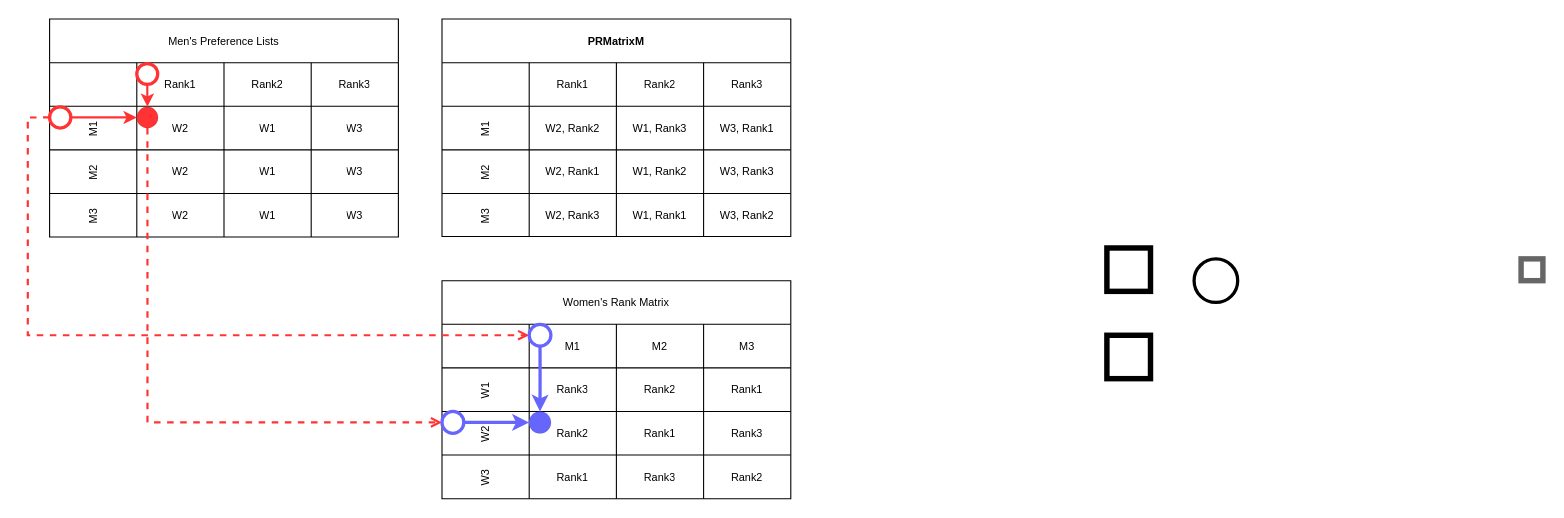
Above: PRMatrix.drawio in victorliu-sq/BambooSMP-Figures (draw.io), before the change. Source tidied: cells renumbered, new cells numbered last; positions are measured from the earlier drawing's top-left corner, leaving out a move shared by most shapes. Both pictures are drawn from the tidied source at 109%, with x=0, y=0 at pixel (49, 19).
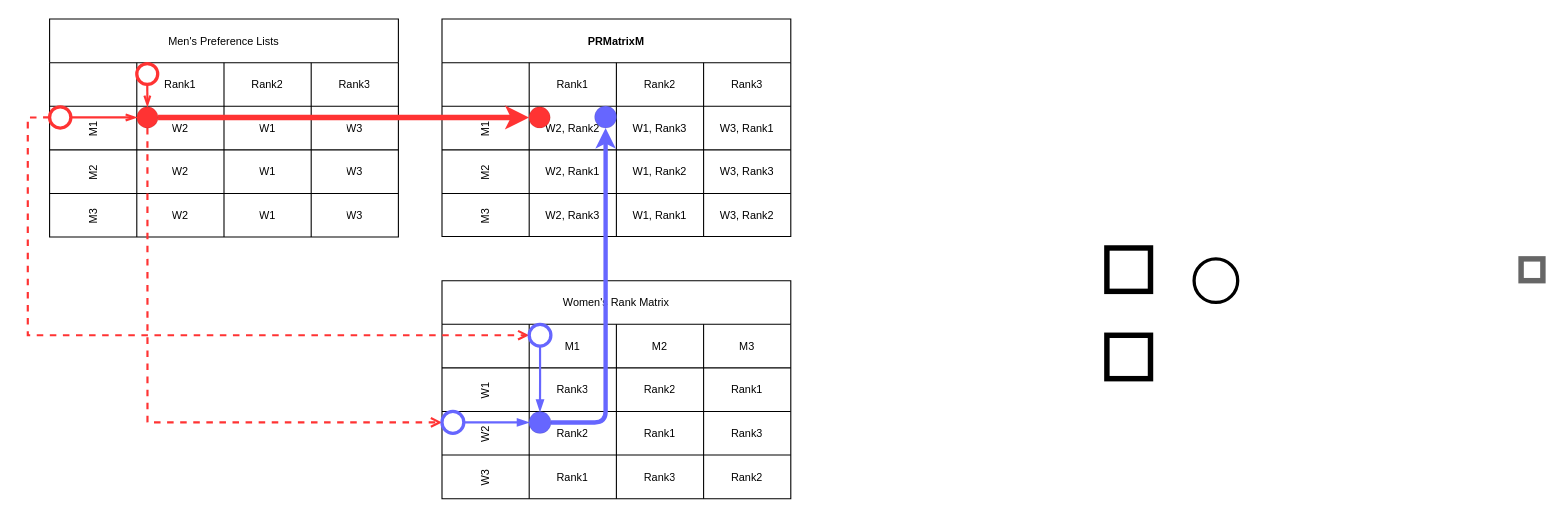
Above is the later version.

Unchanged cells that the change refers to:
```xml
<mxCell id="58" style="ellipse;whiteSpace=wrap;html=1;gradientColor=none;strokeWidth=3;fillColor=#FFFFFF;strokeColor=#FF3333;" parent="1" vertex="1">
  <mxGeometry x="80" y="40.8" width="19.2" height="19.2" as="geometry" />
</mxCell>
<mxCell id="60" style="ellipse;whiteSpace=wrap;html=1;gradientColor=none;strokeWidth=0;fillColor=#FF3333;" parent="1" vertex="1">
  <mxGeometry x="80" y="80.5" width="19.5" height="19.5" as="geometry" />
</mxCell>
<mxCell id="63" style="ellipse;whiteSpace=wrap;html=1;gradientColor=none;strokeWidth=3;fillColor=#FFFFFF;strokeColor=#FF3333;" parent="1" vertex="1">
  <mxGeometry y="80.5" width="19.5" height="19.5" as="geometry" />
</mxCell>
<mxCell id="65" style="ellipse;whiteSpace=wrap;html=1;gradientColor=none;strokeWidth=3;fillColor=#FFFFFF;strokeColor=#6666FF;" parent="1" vertex="1">
  <mxGeometry x="440" y="280.1" width="19.9" height="19.9" as="geometry" />
</mxCell>
<mxCell id="67" style="ellipse;whiteSpace=wrap;html=1;strokeWidth=3;strokeColor=#6666FF;" parent="1" vertex="1">
  <mxGeometry x="360" y="360" width="20" height="20" as="geometry" />
</mxCell>
<mxCell id="68" style="ellipse;whiteSpace=wrap;html=1;gradientColor=none;strokeWidth=0;fillColor=#6666FF;" parent="1" vertex="1">
  <mxGeometry x="439.8" y="360" width="20.2" height="20.2" as="geometry" />
</mxCell>
```

What changed in the source:
```diff
@@
-    <mxCell id="57" style="edgeStyle=orthogonalEdgeStyle;rounded=0;jettySize=auto;html=1;exitX=0.5;exitY=1;exitDx=0;exitDy=0;entryX=0.5;entryY=0;entryDx=0;entryDy=0;strokeColor=#FF3333;strokeWidth=2;" parent="1" edge="1" source="58" target="60">
+    <mxCell id="57" style="edgeStyle=orthogonalEdgeStyle;rounded=0;jettySize=auto;html=1;exitX=0.5;exitY=1;exitDx=0;exitDy=0;entryX=0.5;entryY=0;entryDx=0;entryDy=0;strokeColor=#FF3333;strokeWidth=2;endArrow=openThin;endFill=0;" parent="1" edge="1" source="58" target="60">
       <mxGeometry relative="1" as="geometry" />
     </mxCell>
@@
+    <mxCell id="69" style="edgeStyle=orthogonalEdgeStyle;rounded=0;jettySize=auto;html=1;exitX=1;exitY=0.5;exitDx=0;exitDy=0;entryX=0;entryY=0.5;entryDx=0;entryDy=0;strokeWidth=5;strokeColor=#FF3333;" parent="1" edge="1" source="60" target="71">
+      <mxGeometry relative="1" as="geometry" />
+    </mxCell>
@@
-    <mxCell id="61" style="edgeStyle=orthogonalEdgeStyle;rounded=0;jettySize=auto;html=1;exitX=1;exitY=0.5;exitDx=0;exitDy=0;entryX=0;entryY=0.5;entryDx=0;entryDy=0;strokeColor=#FF3333;strokeWidth=2;" parent="1" edge="1" source="63" target="60">
+    <mxCell id="61" style="edgeStyle=orthogonalEdgeStyle;rounded=0;jettySize=auto;html=1;exitX=1;exitY=0.5;exitDx=0;exitDy=0;entryX=0;entryY=0.5;entryDx=0;entryDy=0;strokeColor=#FF3333;strokeWidth=2;endArrow=openThin;endFill=0;" parent="1" edge="1" source="63" target="60">
       <mxGeometry relative="1" as="geometry" />
     </mxCell>
@@
-    <mxCell id="64" style="edgeStyle=orthogonalEdgeStyle;rounded=0;jettySize=auto;html=1;exitX=0.5;exitY=1;exitDx=0;exitDy=0;entryX=0.5;entryY=0;entryDx=0;entryDy=0;strokeColor=#6666FF;strokeWidth=3;" parent="1" edge="1" source="65" target="68">
+    <mxCell id="64" style="edgeStyle=orthogonalEdgeStyle;rounded=0;jettySize=auto;html=1;exitX=0.5;exitY=1;exitDx=0;exitDy=0;entryX=0.5;entryY=0;entryDx=0;entryDy=0;strokeColor=#6666FF;strokeWidth=2;endArrow=blockThin;endFill=1;" parent="1" edge="1" source="65" target="68">
       <mxGeometry relative="1" as="geometry" />
     </mxCell>
@@
-    <mxCell id="66" style="edgeStyle=orthogonalEdgeStyle;rounded=0;jettySize=auto;html=1;exitX=1;exitY=0.5;exitDx=0;exitDy=0;entryX=0;entryY=0.5;entryDx=0;entryDy=0;strokeColor=#6666FF;strokeWidth=3;" parent="1" edge="1" source="67" target="68">
+    <mxCell id="66" style="edgeStyle=orthogonalEdgeStyle;rounded=0;jettySize=auto;html=1;exitX=1;exitY=0.5;exitDx=0;exitDy=0;entryX=0;entryY=0.5;entryDx=0;entryDy=0;strokeColor=#6666FF;strokeWidth=2;endArrow=blockThin;endFill=1;" parent="1" edge="1" source="67" target="68">
       <mxGeometry relative="1" as="geometry" />
     </mxCell>
@@
+    <mxCell id="70" style="edgeStyle=orthogonalEdgeStyle;rounded=1;jettySize=auto;html=1;exitX=1;exitY=0.5;exitDx=0;exitDy=0;entryX=0.5;entryY=1;entryDx=0;entryDy=0;curved=0;strokeColor=#6666FF;strokeWidth=4;" parent="1" edge="1" source="68" target="72">
+      <mxGeometry relative="1" as="geometry" />
+    </mxCell>
@@
+    <mxCell id="71" style="ellipse;whiteSpace=wrap;html=1;gradientColor=none;strokeWidth=0;fillColor=#FF3333;" parent="1" vertex="1">
+      <mxGeometry x="439.8" y="80.5" width="19.5" height="19.5" as="geometry" />
+    </mxCell>
+    <mxCell id="72" style="ellipse;whiteSpace=wrap;html=1;gradientColor=none;strokeWidth=0;fillColor=#6666FF;" parent="1" vertex="1">
+      <mxGeometry x="500" y="79.8" width="20.2" height="20.2" as="geometry" />
+    </mxCell>
```
